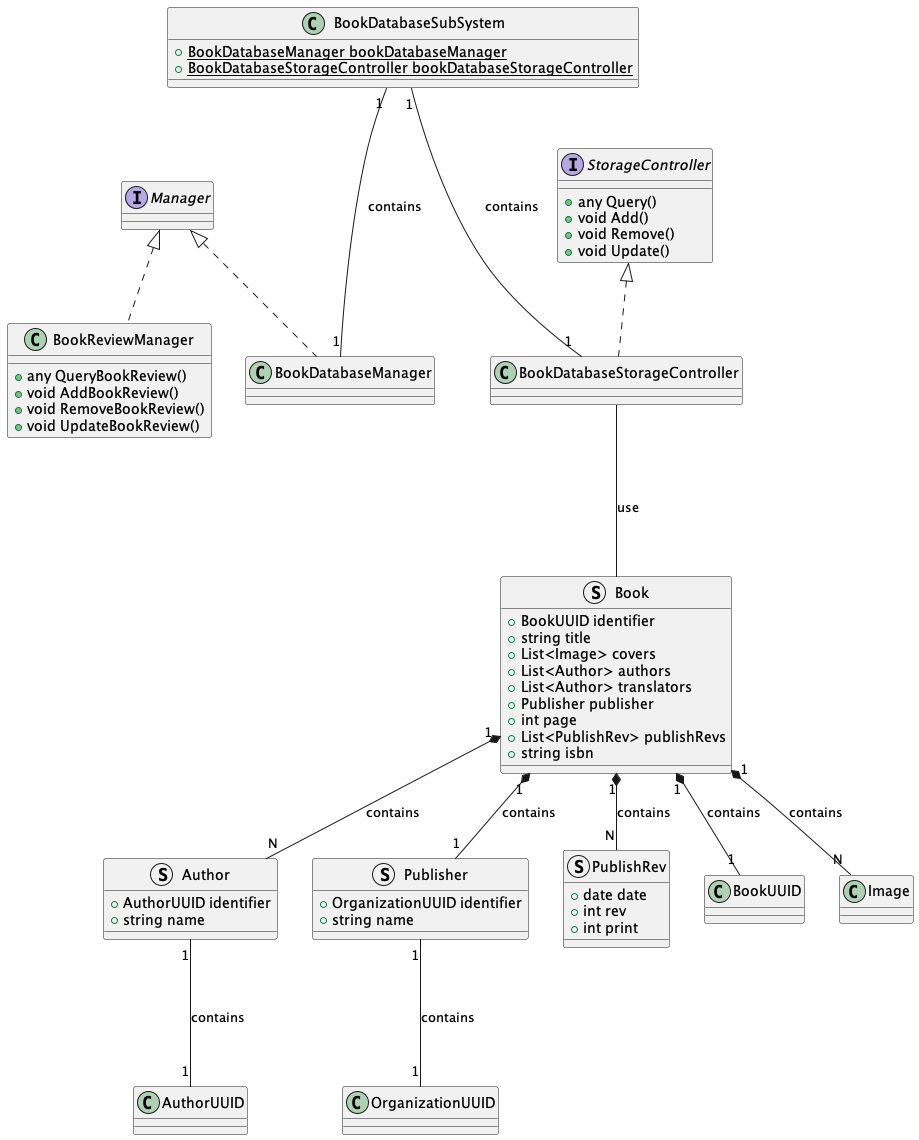
Above: rendered/BookDatabase.png in ShapeLayer/se-lecture-task__project-structure-definitions (PlantUML), before the change.
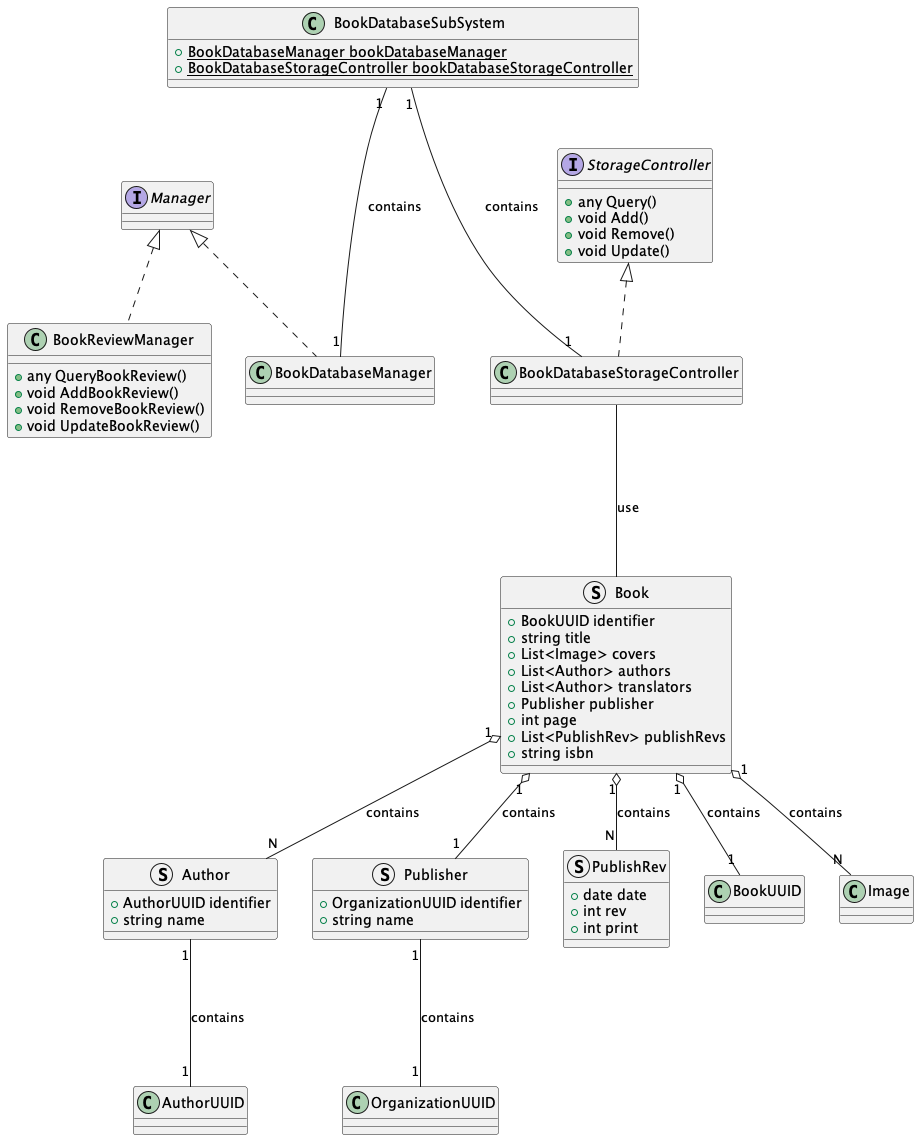
The same file after the commit.

The edit, as a diff of the source:
```diff
@@ -43,11 +43,11 @@
     + List<PublishRev> publishRevs
     + string isbn
 }
-Book "1" *-- "1" BookUUID : contains
-Book "1" *-- "N" Image : contains
-Book "1" *-- "N" Author : contains
-Book "1" *-- "1" Publisher : contains
-Book "1" *-- "N" PublishRev : contains
+Book "1" o-- "1" BookUUID : contains
+Book "1" o-- "N" Image : contains
+Book "1" o-- "N" Author : contains
+Book "1" o-- "1" Publisher : contains
+Book "1" o-- "N" PublishRev : contains
 
 
 class BookDatabaseManager implements Manager {}
```
